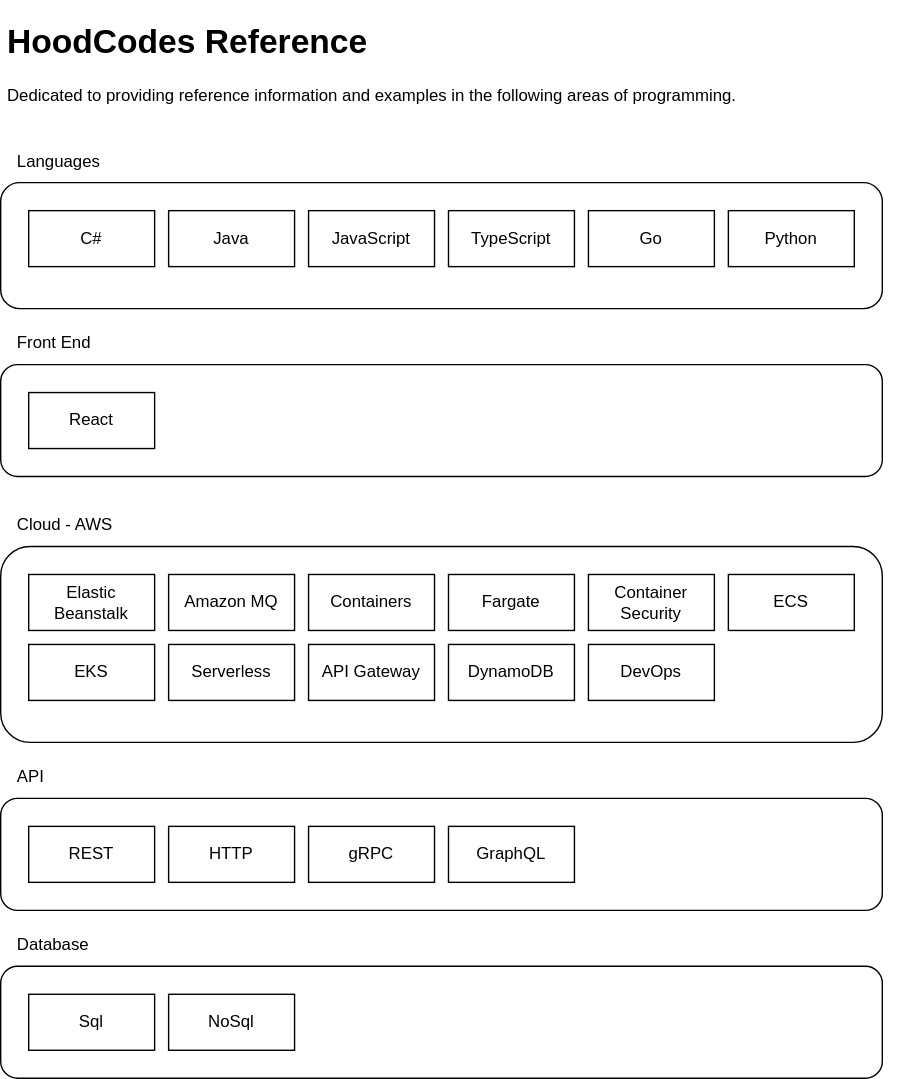
hoodcodes/hoodcodes-reference keeps this draw.io diagram as assets/Topics.svg. Above is the earlier version. Source tidied: cells renumbered, new cells last; positions are measured from the earlier drawing's top-left corner, leaving out a move shared by most shapes.
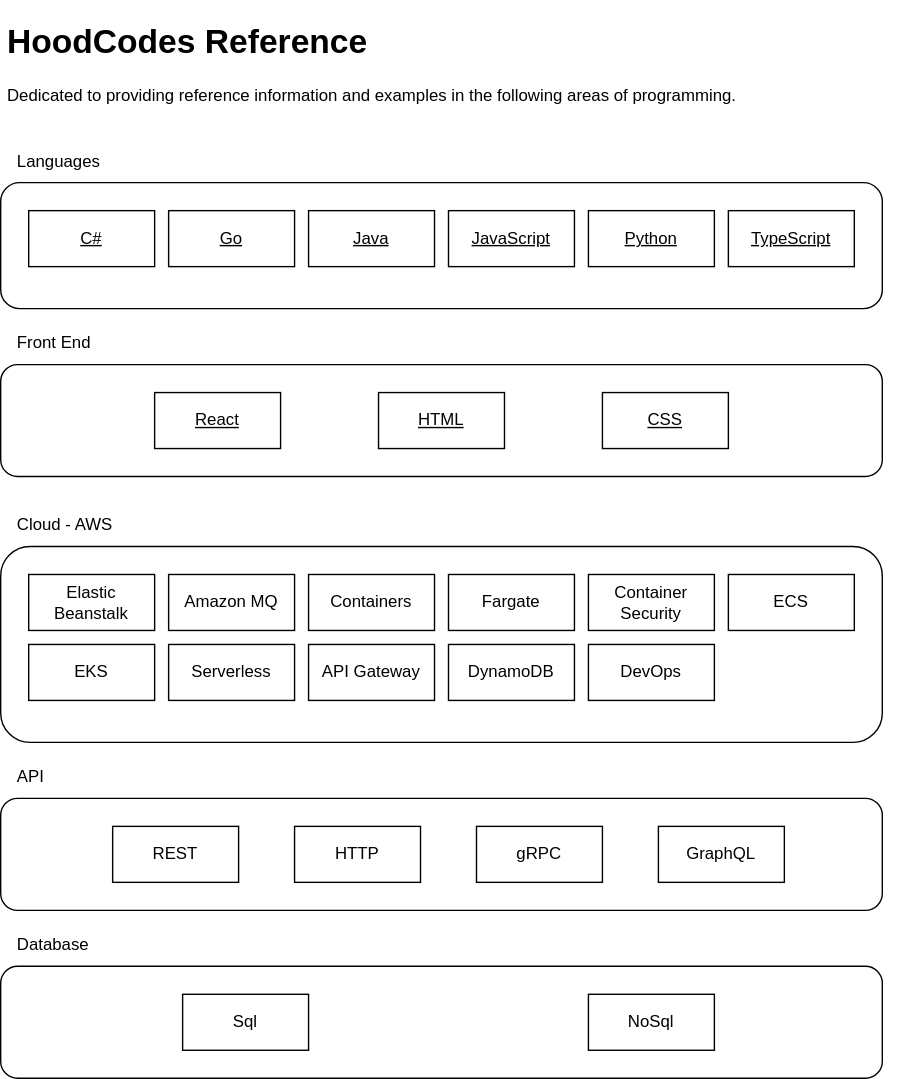
After the commit.

What changed in the source:
```diff
@@ -15,34 +15,34 @@
       <mxGeometry y="560" width="630" height="80" as="geometry" />
     </mxCell>
     <mxCell id="6" value="REST" style="rounded=0;whiteSpace=wrap;html=1;" parent="1" vertex="1">
-      <mxGeometry x="20" y="580" width="90" height="40" as="geometry" />
+      <mxGeometry x="80" y="580" width="90" height="40" as="geometry" />
     </mxCell>
     <mxCell id="7" value="HTTP" style="rounded=0;whiteSpace=wrap;html=1;" parent="1" vertex="1">
-      <mxGeometry x="120" y="580" width="90" height="40" as="geometry" />
+      <mxGeometry x="210" y="580" width="90" height="40" as="geometry" />
     </mxCell>
     <mxCell id="8" value="gRPC" style="rounded=0;whiteSpace=wrap;html=1;" parent="1" vertex="1">
-      <mxGeometry x="220" y="580" width="90" height="40" as="geometry" />
+      <mxGeometry x="340" y="580" width="90" height="40" as="geometry" />
     </mxCell>
     <mxCell id="9" value="GraphQL" style="rounded=0;whiteSpace=wrap;html=1;" parent="1" vertex="1">
-      <mxGeometry x="320" y="580" width="90" height="40" as="geometry" />
+      <mxGeometry x="470" y="580" width="90" height="40" as="geometry" />
     </mxCell>
-    <mxCell id="10" value="C#" style="rounded=0;whiteSpace=wrap;html=1;" parent="1" vertex="1">
+    <mxCell id="10" value="C#" style="rounded=0;whiteSpace=wrap;html=1;fontStyle=4;" parent="1" vertex="1">
       <mxGeometry x="20" y="140" width="90" height="40" as="geometry" />
     </mxCell>
-    <mxCell id="11" value="Java" style="rounded=0;whiteSpace=wrap;html=1;" parent="1" vertex="1">
-      <mxGeometry x="120" y="140" width="90" height="40" as="geometry" />
+    <mxCell id="11" value="Java" style="rounded=0;whiteSpace=wrap;html=1;fontStyle=4;" parent="1" vertex="1">
+      <mxGeometry x="220" y="140" width="90" height="40" as="geometry" />
     </mxCell>
-    <mxCell id="12" value="JavaScript" style="rounded=0;whiteSpace=wrap;html=1;" parent="1" vertex="1">
-      <mxGeometry x="220" y="140" width="90" height="40" as="geometry" />
+    <mxCell id="12" value="JavaScript" style="rounded=0;whiteSpace=wrap;html=1;fontStyle=4;" parent="1" vertex="1">
+      <mxGeometry x="320" y="140" width="90" height="40" as="geometry" />
     </mxCell>
-    <mxCell id="13" value="Go" style="rounded=0;whiteSpace=wrap;html=1;" parent="1" vertex="1">
-      <mxGeometry x="420" y="140" width="90" height="40" as="geometry" />
+    <mxCell id="13" value="Go" style="rounded=0;whiteSpace=wrap;html=1;fontStyle=4;" parent="1" vertex="1">
+      <mxGeometry x="120" y="140" width="90" height="40" as="geometry" />
     </mxCell>
-    <mxCell id="14" value="TypeScript" style="rounded=0;whiteSpace=wrap;html=1;" parent="1" vertex="1">
-      <mxGeometry x="320" y="140" width="90" height="40" as="geometry" />
+    <mxCell id="14" value="TypeScript" style="rounded=0;whiteSpace=wrap;html=1;fontStyle=4;" parent="1" vertex="1">
+      <mxGeometry x="520" y="140" width="90" height="40" as="geometry" />
     </mxCell>
-    <mxCell id="15" value="Python" style="rounded=0;whiteSpace=wrap;html=1;" parent="1" vertex="1">
-      <mxGeometry x="520" y="140" width="90" height="40" as="geometry" />
+    <mxCell id="15" value="Python" style="rounded=0;whiteSpace=wrap;html=1;fontStyle=4;" parent="1" vertex="1">
+      <mxGeometry x="420" y="140" width="90" height="40" as="geometry" />
     </mxCell>
     <mxCell id="16" value="API" style="text;html=1;strokeColor=none;fillColor=none;align=left;verticalAlign=middle;whiteSpace=wrap;rounded=0;" parent="1" vertex="1">
       <mxGeometry x="10" y="530" width="60" height="30" as="geometry" />
@@ -78,10 +78,10 @@
       <mxGeometry y="680" width="630" height="80" as="geometry" />
     </mxCell>
     <mxCell id="27" value="Sql" style="rounded=0;whiteSpace=wrap;html=1;" parent="1" vertex="1">
-      <mxGeometry x="20" y="700" width="90" height="40" as="geometry" />
+      <mxGeometry x="130" y="700" width="90" height="40" as="geometry" />
     </mxCell>
     <mxCell id="28" value="NoSql" style="rounded=0;whiteSpace=wrap;html=1;" parent="1" vertex="1">
-      <mxGeometry x="120" y="700" width="90" height="40" as="geometry" />
+      <mxGeometry x="420" y="700" width="90" height="40" as="geometry" />
     </mxCell>
     <mxCell id="29" value="Database" style="text;html=1;strokeColor=none;fillColor=none;align=left;verticalAlign=middle;whiteSpace=wrap;rounded=0;" parent="1" vertex="1">
       <mxGeometry x="10" y="650" width="60" height="30" as="geometry" />
@@ -101,11 +101,17 @@
     <mxCell id="34" value="DynamoDB" style="rounded=0;whiteSpace=wrap;html=1;" parent="1" vertex="1">
       <mxGeometry x="320" y="450" width="90" height="40" as="geometry" />
     </mxCell>
-    <mxCell id="35" value="React" style="rounded=0;whiteSpace=wrap;html=1;" parent="1" vertex="1">
-      <mxGeometry x="20" y="270" width="90" height="40" as="geometry" />
+    <mxCell id="35" value="React" style="rounded=0;whiteSpace=wrap;html=1;fontStyle=4;" parent="1" vertex="1">
+      <mxGeometry x="110" y="270" width="90" height="40" as="geometry" />
     </mxCell>
     <mxCell id="36" value="ECS" style="rounded=0;whiteSpace=wrap;html=1;" parent="1" vertex="1">
       <mxGeometry x="520" y="400" width="90" height="40" as="geometry" />
     </mxCell>
+    <mxCell id="37" value="HTML" style="rounded=0;whiteSpace=wrap;html=1;fontStyle=4;" parent="1" vertex="1">
+      <mxGeometry x="270" y="270" width="90" height="40" as="geometry" />
+    </mxCell>
+    <mxCell id="38" value="CSS" style="rounded=0;whiteSpace=wrap;html=1;fontStyle=4;" parent="1" vertex="1">
+      <mxGeometry x="430" y="270" width="90" height="40" as="geometry" />
+    </mxCell>
   </root>
 </mxGraphModel>
```
